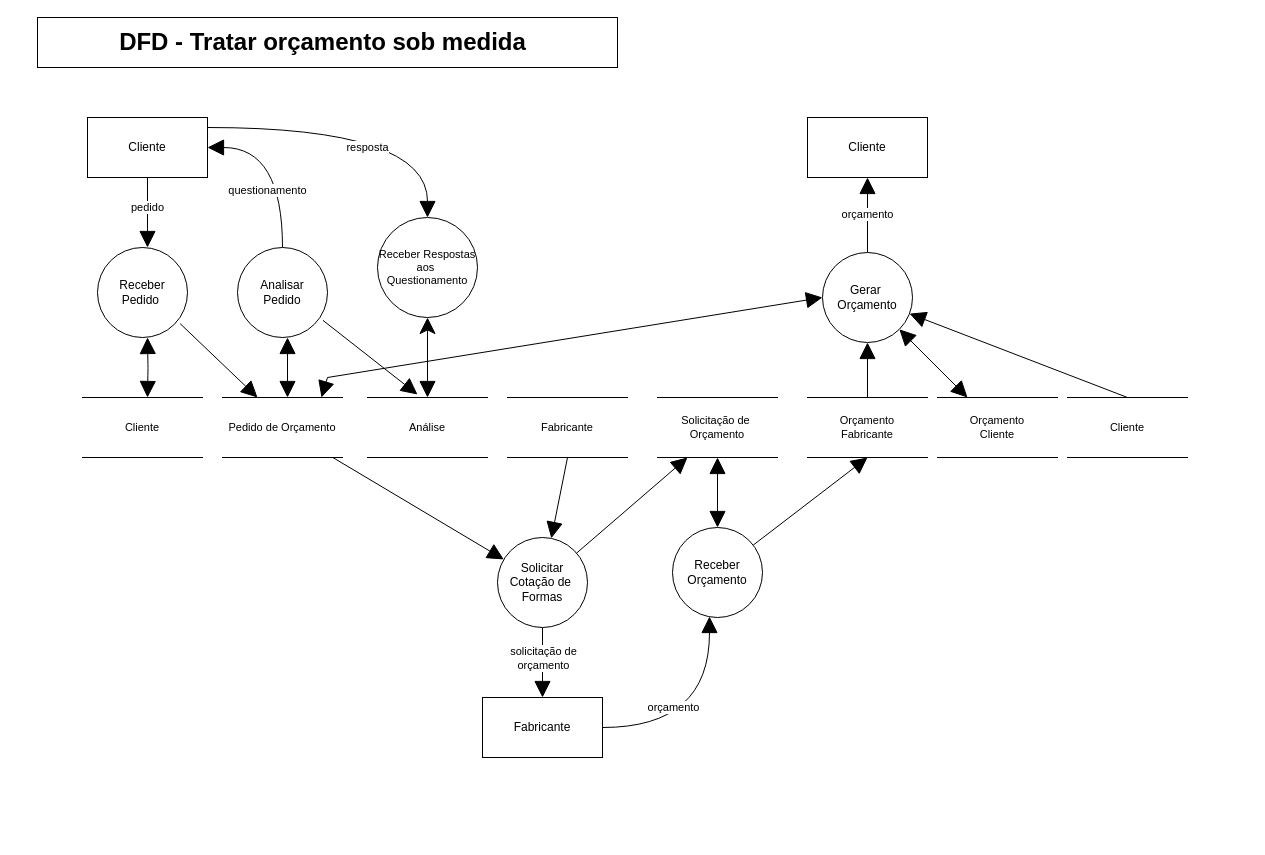
Earlier version of the draw.io diagram Documentation/Arquivos Editaveis/DFD Tratar Orçamento_sob_medida.drawio (Systematicos/FindingApp). Source tidied: cells renumbered, new cells numbered last; positions are measured from the earlier drawing's top-left corner, leaving out a move shared by most shapes. Both pictures are drawn from the tidied source at 100%, with x=0, y=0 at pixel (37, 17).
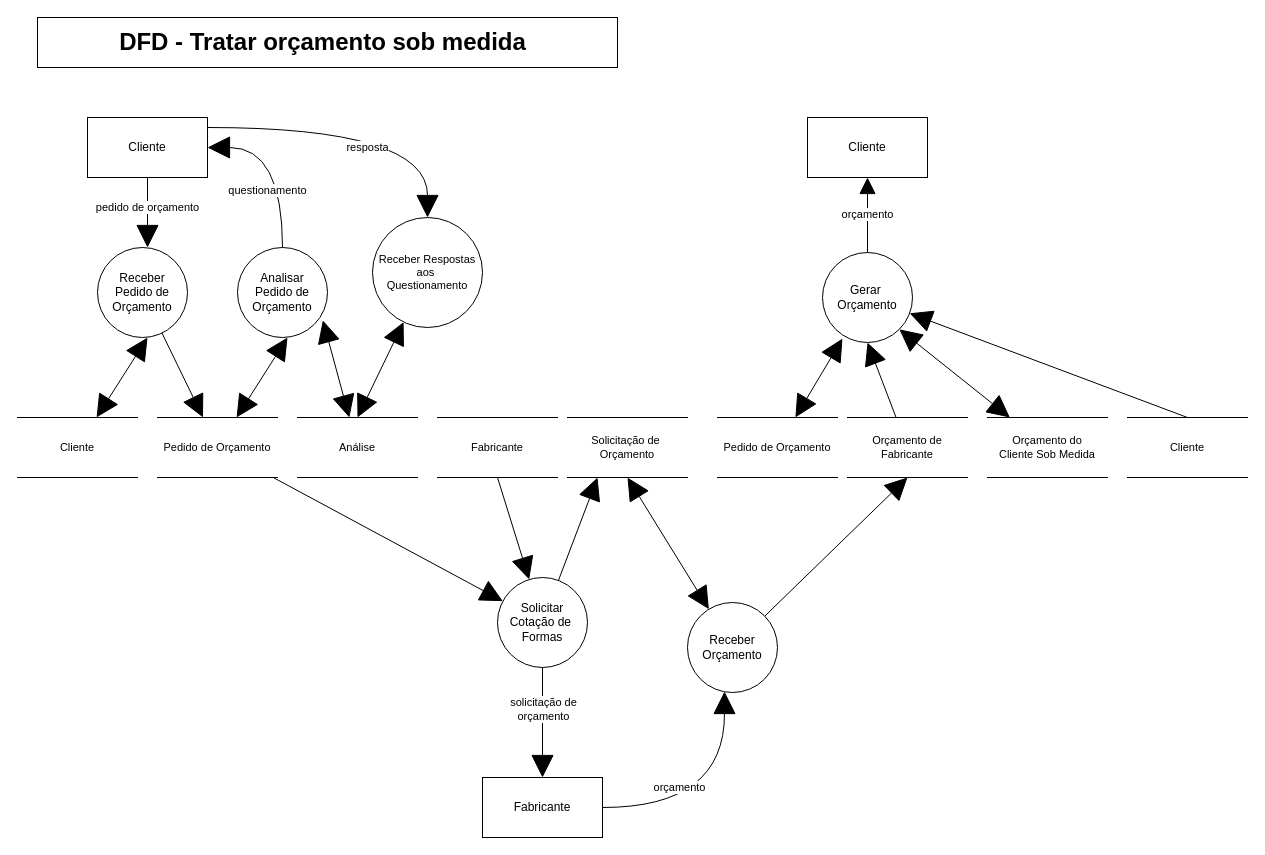
After the change.

Unchanged cells that the change refers to:
```xml
<mxCell id="8" value="Cliente" style="rounded=0;whiteSpace=wrap;html=1;" parent="1" vertex="1">
  <mxGeometry x="50" y="100" width="120" height="60" as="geometry" />
</mxCell>
<mxCell id="18" value="Gerar&amp;nbsp;&lt;br&gt;Orçamento" style="ellipse;whiteSpace=wrap;html=1;" parent="1" vertex="1">
  <mxGeometry x="785" y="235" width="90" height="90" as="geometry" />
</mxCell>
```

The edit, as a diff of the source:
```diff
@@
-    <mxCell id="2" value="Receber&lt;br&gt;Pedido&amp;nbsp;" style="ellipse;whiteSpace=wrap;html=1;" parent="1" vertex="1">
+    <mxCell id="2" value="Receber&lt;br&gt;Pedido de&lt;br&gt;Orçamento" style="ellipse;whiteSpace=wrap;html=1;" parent="1" vertex="1">
       <mxGeometry x="60" y="230" width="90" height="90" as="geometry" />
     </mxCell>
-    <mxCell id="3" value="questionamento" style="edgeStyle=orthogonalEdgeStyle;rounded=0;jettySize=auto;html=1;entryX=1;entryY=0.5;entryDx=0;entryDy=0;exitX=0.5;exitY=0;exitDx=0;exitDy=0;curved=1;endArrow=block;endFill=1;endSize=14;startSize=14;" parent="1" edge="1" source="4" target="8">
+    <mxCell id="3" value="questionamento" style="edgeStyle=orthogonalEdgeStyle;rounded=0;jettySize=auto;html=1;entryX=1;entryY=0.5;entryDx=0;entryDy=0;exitX=0.5;exitY=0;exitDx=0;exitDy=0;curved=1;endArrow=block;endFill=1;endSize=20;startSize=20;" parent="1" edge="1" source="4" target="8">
       <mxGeometry x="-0.35" y="15" relative="1" as="geometry" />
     </mxCell>
-    <mxCell id="4" value="Analisar&lt;br&gt;Pedido" style="ellipse;whiteSpace=wrap;html=1;" parent="1" vertex="1">
+    <mxCell id="4" value="Analisar&lt;br&gt;Pedido de&lt;br&gt;Orçamento" style="ellipse;whiteSpace=wrap;html=1;" parent="1" vertex="1">
       <mxGeometry x="200" y="230" width="90" height="90" as="geometry" />
     </mxCell>
-    <mxCell id="5" style="edgeStyle=none;rounded=0;jettySize=auto;html=1;entryX=0.5;entryY=0;entryDx=0;entryDy=0;endArrow=block;endFill=1;fontSize=11;startArrow=classic;startFill=1;endSize=14;startSize=14;" parent="1" edge="1" source="6" target="14">
+    <mxCell id="5" style="edgeStyle=none;rounded=0;jettySize=auto;html=1;entryX=0.5;entryY=0;entryDx=0;entryDy=0;endArrow=block;endFill=1;fontSize=11;startArrow=block;startFill=1;endSize=20;startSize=20;" parent="1" edge="1" source="6" target="14">
       <mxGeometry relative="1" as="geometry" />
     </mxCell>
     <mxCell id="6" value="Receber Respostas aos&amp;nbsp;&lt;br style=&quot;font-size: 11px&quot;&gt;Questionamento" style="ellipse;whiteSpace=wrap;html=1;fontSize=11;" parent="1" vertex="1">
-      <mxGeometry x="340" y="200" width="100" height="100" as="geometry" />
+      <mxGeometry x="335" y="200" width="110" height="110" as="geometry" />
     </mxCell>
-    <mxCell id="7" value="resposta" style="edgeStyle=orthogonalEdgeStyle;rounded=0;jettySize=auto;html=1;entryX=0.5;entryY=0;entryDx=0;entryDy=0;endArrow=block;endFill=1;fontSize=11;curved=1;endSize=14;startSize=14;" parent="1" edge="1" source="8" target="6">
+    <mxCell id="7" value="resposta" style="edgeStyle=orthogonalEdgeStyle;rounded=0;jettySize=auto;html=1;entryX=0.5;entryY=0;entryDx=0;entryDy=0;endArrow=block;endFill=1;fontSize=11;curved=1;endSize=20;startSize=20;" parent="1" edge="1" source="8" target="6">
       <mxGeometry x="0.03" y="-20" relative="1" as="geometry">
         <Array as="points">
           <mxPoint x="390" y="110" />
         </Array>
       </mxGeometry>
     </mxCell>
@@
     <mxCell id="10" value="Cliente" style="shape=partialRectangle;whiteSpace=wrap;html=1;left=0;right=0;fillColor=none;fontSize=11;" parent="1" vertex="1">
-      <mxGeometry x="45" y="380" width="120" height="60" as="geometry" />
+      <mxGeometry x="-20" y="400" width="120" height="60" as="geometry" />
     </mxCell>
-    <mxCell id="11" style="edgeStyle=none;rounded=0;jettySize=auto;html=1;startArrow=none;startFill=0;endArrow=block;endFill=1;fontSize=11;strokeWidth=1;endSize=14;startSize=14;" parent="1" edge="1" source="13" target="27">
+    <mxCell id="11" style="edgeStyle=none;rounded=0;jettySize=auto;html=1;startArrow=none;startFill=0;endArrow=block;endFill=1;fontSize=11;strokeWidth=1;endSize=20;startSize=20;" parent="1" edge="1" source="13" target="27">
       <mxGeometry relative="1" as="geometry" />
     </mxCell>
-    <mxCell id="12" style="rounded=0;jettySize=auto;html=1;entryX=0;entryY=0.5;entryDx=0;entryDy=0;startArrow=block;startFill=1;endArrow=block;endFill=1;fontSize=11;exitX=0.825;exitY=0;exitDx=0;exitDy=0;exitPerimeter=0;strokeWidth=1;endSize=14;startSize=14;" parent="1" edge="1" source="13" target="18">
-      <mxGeometry relative="1" as="geometry">
-        <Array as="points">
-          <mxPoint x="290" y="360" />
-        </Array>
-      </mxGeometry>
+    <mxCell id="12" style="rounded=0;jettySize=auto;html=1;entryX=0.222;entryY=0.956;entryDx=0;entryDy=0;startArrow=block;startFill=1;endArrow=block;endFill=1;fontSize=11;strokeWidth=1;endSize=20;startSize=20;entryPerimeter=0;" parent="1" edge="1" source="43" target="18">
+      <mxGeometry relative="1" as="geometry" />
     </mxCell>
     <mxCell id="13" value="Pedido de Orçamento" style="shape=partialRectangle;whiteSpace=wrap;html=1;left=0;right=0;fillColor=none;fontSize=11;" parent="1" vertex="1">
-      <mxGeometry x="185" y="380" width="120" height="60" as="geometry" />
+      <mxGeometry x="120" y="400" width="120" height="60" as="geometry" />
     </mxCell>
     <mxCell id="14" value="Análise" style="shape=partialRectangle;whiteSpace=wrap;html=1;left=0;right=0;fillColor=none;fontSize=11;" parent="1" vertex="1">
-      <mxGeometry x="330" y="380" width="120" height="60" as="geometry" />
+      <mxGeometry x="260" y="400" width="120" height="60" as="geometry" />
     </mxCell>
     <mxCell id="15" value="&lt;font style=&quot;font-size: 11px&quot;&gt;Fabricante&lt;/font&gt;" style="shape=partialRectangle;whiteSpace=wrap;html=1;left=0;right=0;fillColor=none;fontSize=11;" parent="1" vertex="1">
-      <mxGeometry x="470" y="380" width="120" height="60" as="geometry" />
+      <mxGeometry x="400" y="400" width="120" height="60" as="geometry" />
     </mxCell>
@@
-    <mxCell id="17" style="edgeStyle=none;rounded=0;jettySize=auto;html=1;entryX=0.5;entryY=0;entryDx=0;entryDy=0;endArrow=none;endFill=0;fontSize=11;startArrow=block;startFill=1;strokeWidth=1;endSize=14;startSize=14;" parent="1" edge="1" source="18" target="22">
+    <mxCell id="17" style="edgeStyle=none;rounded=0;jettySize=auto;html=1;entryX=0.5;entryY=0;entryDx=0;entryDy=0;endArrow=none;endFill=0;fontSize=11;startArrow=block;startFill=1;strokeWidth=1;endSize=20;startSize=20;" parent="1" edge="1" source="18" target="22">
       <mxGeometry relative="1" as="geometry" />
     </mxCell>
@@
     <mxCell id="19" value="Solicitação de&amp;nbsp;&lt;br&gt;Orçamento" style="shape=partialRectangle;whiteSpace=wrap;html=1;left=0;right=0;fillColor=none;fontSize=11;" parent="1" vertex="1">
-      <mxGeometry x="620" y="380" width="120" height="60" as="geometry" />
+      <mxGeometry x="530" y="400" width="120" height="60" as="geometry" />
     </mxCell>
-    <mxCell id="20" style="edgeStyle=none;rounded=0;jettySize=auto;html=1;entryX=0.5;entryY=1;entryDx=0;entryDy=0;endArrow=block;endFill=1;fontSize=11;strokeWidth=1;endSize=14;startSize=14;" parent="1" edge="1" source="21" target="18">
+    <mxCell id="20" style="edgeStyle=none;rounded=0;jettySize=auto;html=1;entryX=0.5;entryY=1;entryDx=0;entryDy=0;endArrow=block;endFill=1;fontSize=11;strokeWidth=1;endSize=20;startSize=20;" parent="1" edge="1" source="21" target="18">
       <mxGeometry relative="1" as="geometry" />
     </mxCell>
-    <mxCell id="21" value="Orçamento&lt;br&gt;Fabricante" style="shape=partialRectangle;whiteSpace=wrap;html=1;left=0;right=0;fillColor=none;fontSize=11;" parent="1" vertex="1">
-      <mxGeometry x="770" y="380" width="120" height="60" as="geometry" />
+    <mxCell id="21" value="Orçamento de&lt;br&gt;Fabricante" style="shape=partialRectangle;whiteSpace=wrap;html=1;left=0;right=0;fillColor=none;fontSize=11;" parent="1" vertex="1">
+      <mxGeometry x="810" y="400" width="120" height="60" as="geometry" />
     </mxCell>
     <mxCell id="22" value="Cliente" style="shape=partialRectangle;whiteSpace=wrap;html=1;left=0;right=0;fillColor=none;fontSize=11;" parent="1" vertex="1">
-      <mxGeometry x="1030" y="380" width="120" height="60" as="geometry" />
+      <mxGeometry x="1090" y="400" width="120" height="60" as="geometry" />
     </mxCell>
-    <mxCell id="23" style="edgeStyle=none;rounded=0;jettySize=auto;html=1;entryX=0.5;entryY=1;entryDx=0;entryDy=0;startArrow=block;startFill=1;endArrow=none;endFill=0;fontSize=11;strokeWidth=1;endSize=14;startSize=14;" parent="1" edge="1" source="27" target="15">
+    <mxCell id="23" style="edgeStyle=none;rounded=0;jettySize=auto;html=1;entryX=0.5;entryY=1;entryDx=0;entryDy=0;startArrow=block;startFill=1;endArrow=none;endFill=0;fontSize=11;strokeWidth=1;endSize=20;startSize=20;" parent="1" edge="1" source="27" target="15">
       <mxGeometry relative="1" as="geometry" />
     </mxCell>
-    <mxCell id="24" style="edgeStyle=none;rounded=0;jettySize=auto;html=1;startArrow=none;startFill=0;endArrow=block;endFill=1;fontSize=11;strokeWidth=1;endSize=14;startSize=14;" parent="1" edge="1" source="27" target="33">
+    <mxCell id="24" style="edgeStyle=none;rounded=0;jettySize=auto;html=1;startArrow=none;startFill=0;endArrow=block;endFill=1;fontSize=11;strokeWidth=1;endSize=20;startSize=20;" parent="1" edge="1" source="27" target="33">
       <mxGeometry relative="1" as="geometry" />
     </mxCell>
@@
-    <mxCell id="26" style="edgeStyle=none;rounded=0;jettySize=auto;html=1;entryX=0.25;entryY=1;entryDx=0;entryDy=0;startArrow=none;startFill=0;endArrow=block;endFill=1;fontSize=11;strokeWidth=1;endSize=14;startSize=14;" parent="1" edge="1" source="27" target="19">
+    <mxCell id="26" style="edgeStyle=none;rounded=0;jettySize=auto;html=1;entryX=0.25;entryY=1;entryDx=0;entryDy=0;startArrow=none;startFill=0;endArrow=block;endFill=1;fontSize=11;strokeWidth=1;endSize=20;startSize=20;" parent="1" edge="1" source="27" target="19">
       <mxGeometry relative="1" as="geometry" />
     </mxCell>
     <mxCell id="27" value="Solicitar&lt;br&gt;Cotação de&amp;nbsp;&lt;br&gt;Formas" style="ellipse;whiteSpace=wrap;html=1;" parent="1" vertex="1">
-      <mxGeometry x="460" y="520" width="90" height="90" as="geometry" />
+      <mxGeometry x="460" y="560" width="90" height="90" as="geometry" />
     </mxCell>
-    <mxCell id="28" style="edgeStyle=none;rounded=0;jettySize=auto;html=1;entryX=0.5;entryY=1;entryDx=0;entryDy=0;startArrow=block;startFill=1;endArrow=block;endFill=1;fontSize=11;strokeWidth=1;endSize=14;startSize=14;" parent="1" edge="1" source="30" target="19">
+    <mxCell id="28" style="edgeStyle=none;rounded=0;jettySize=auto;html=1;entryX=0.5;entryY=1;entryDx=0;entryDy=0;startArrow=block;startFill=1;endArrow=block;endFill=1;fontSize=11;strokeWidth=1;endSize=20;startSize=20;" parent="1" edge="1" source="30" target="19">
       <mxGeometry relative="1" as="geometry" />
     </mxCell>
-    <mxCell id="29" style="edgeStyle=none;rounded=0;jettySize=auto;html=1;entryX=0.5;entryY=1;entryDx=0;entryDy=0;startArrow=none;startFill=0;endArrow=block;endFill=1;fontSize=11;strokeWidth=1;endSize=14;startSize=14;" parent="1" edge="1" source="30" target="21">
+    <mxCell id="29" style="edgeStyle=none;rounded=0;jettySize=auto;html=1;entryX=0.5;entryY=1;entryDx=0;entryDy=0;startArrow=none;startFill=0;endArrow=block;endFill=1;fontSize=11;strokeWidth=1;endSize=20;startSize=20;" parent="1" edge="1" source="30" target="21">
       <mxGeometry relative="1" as="geometry" />
     </mxCell>
     <mxCell id="30" value="Receber Orçamento" style="ellipse;whiteSpace=wrap;html=1;" parent="1" vertex="1">
-      <mxGeometry x="635" y="510" width="90" height="90" as="geometry" />
+      <mxGeometry x="650" y="585" width="90" height="90" as="geometry" />
     </mxCell>
-    <mxCell id="31" style="edgeStyle=orthogonalEdgeStyle;rounded=0;jettySize=auto;html=1;entryX=0.411;entryY=0.989;entryDx=0;entryDy=0;entryPerimeter=0;startArrow=none;startFill=0;endArrow=block;endFill=1;fontSize=11;curved=1;strokeWidth=1;endSize=14;startSize=14;" parent="1" edge="1" source="33" target="30">
+    <mxCell id="31" style="edgeStyle=orthogonalEdgeStyle;rounded=0;jettySize=auto;html=1;entryX=0.411;entryY=0.989;entryDx=0;entryDy=0;entryPerimeter=0;startArrow=none;startFill=0;endArrow=block;endFill=1;fontSize=11;curved=1;strokeWidth=1;endSize=20;startSize=20;" parent="1" edge="1" source="33" target="30">
       <mxGeometry relative="1" as="geometry" />
     </mxCell>
@@
     <mxCell id="33" value="Fabricante" style="rounded=0;whiteSpace=wrap;html=1;" parent="1" vertex="1">
-      <mxGeometry x="445" y="680" width="120" height="60" as="geometry" />
+      <mxGeometry x="445" y="760" width="120" height="60" as="geometry" />
     </mxCell>
-    <mxCell id="34" style="edgeStyle=none;rounded=0;jettySize=auto;html=1;entryX=1;entryY=1;entryDx=0;entryDy=0;startArrow=block;startFill=1;endArrow=block;endFill=1;fontSize=11;strokeWidth=1;endSize=14;startSize=14;" parent="1" edge="1" source="35" target="18">
+    <mxCell id="34" style="edgeStyle=none;rounded=0;jettySize=auto;html=1;entryX=1;entryY=1;entryDx=0;entryDy=0;startArrow=block;startFill=1;endArrow=block;endFill=1;fontSize=11;strokeWidth=1;endSize=20;startSize=20;" parent="1" edge="1" source="35" target="18">
       <mxGeometry relative="1" as="geometry" />
     </mxCell>
-    <mxCell id="35" value="Orçamento&lt;br&gt;Cliente" style="shape=partialRectangle;whiteSpace=wrap;html=1;left=0;right=0;fillColor=none;fontSize=11;" parent="1" vertex="1">
-      <mxGeometry x="900" y="380" width="120" height="60" as="geometry" />
+    <mxCell id="35" value="Orçamento do&lt;br&gt;Cliente Sob Medida" style="shape=partialRectangle;whiteSpace=wrap;html=1;left=0;right=0;fillColor=none;fontSize=11;" parent="1" vertex="1">
+      <mxGeometry x="950" y="400" width="120" height="60" as="geometry" />
     </mxCell>
-    <mxCell id="36" style="edgeStyle=orthogonalEdgeStyle;curved=1;rounded=0;orthogonalLoop=1;jettySize=auto;html=1;entryX=0.5;entryY=0;entryDx=0;entryDy=0;endArrow=block;endFill=1;fontSize=11;strokeWidth=1;endSize=14;startSize=14;startArrow=block;startFill=1;" parent="1" edge="1">
+    <mxCell id="36" style="rounded=0;jettySize=auto;html=1;endArrow=block;endFill=1;fontSize=11;strokeWidth=1;endSize=20;startSize=20;startArrow=block;startFill=1;" parent="1" edge="1" target="10">
       <mxGeometry relative="1" as="geometry">
         <mxPoint x="110" y="320" as="sourcePoint" />
-        <mxPoint x="110" y="380" as="targetPoint" />
       </mxGeometry>
     </mxCell>
-    <mxCell id="37" value="pedido" style="edgeStyle=elbowEdgeStyle;rounded=0;orthogonalLoop=1;jettySize=auto;html=1;endArrow=block;endFill=1;strokeWidth=1;endSize=14;startSize=14;" parent="1" edge="1">
+    <mxCell id="37" value="pedido de orçamento" style="edgeStyle=elbowEdgeStyle;rounded=0;orthogonalLoop=1;jettySize=auto;html=1;endArrow=block;endFill=1;strokeWidth=1;endSize=20;startSize=20;" parent="1" edge="1">
       <mxGeometry x="-0.14" relative="1" as="geometry">
         <mxPoint x="110" y="160" as="sourcePoint" />
         <mxPoint x="110" y="230" as="targetPoint" />
       </mxGeometry>
     </mxCell>
-    <mxCell id="38" style="rounded=0;orthogonalLoop=1;jettySize=auto;html=1;entryX=0.25;entryY=0;entryDx=0;entryDy=0;endArrow=block;endFill=1;fontSize=11;strokeWidth=1;endSize=14;startSize=14;" parent="1" edge="1">
-      <mxGeometry relative="1" as="geometry">
-        <mxPoint x="142.6" y="306.1" as="sourcePoint" />
-        <mxPoint x="220" y="380" as="targetPoint" />
-      </mxGeometry>
+    <mxCell id="38" style="rounded=0;jettySize=auto;html=1;endArrow=block;endFill=1;fontSize=11;strokeWidth=1;endSize=20;startSize=20;" parent="1" edge="1" source="2" target="13">
+      <mxGeometry relative="1" as="geometry" />
     </mxCell>
-    <mxCell id="39" style="edgeStyle=none;rounded=0;orthogonalLoop=1;jettySize=auto;html=1;entryX=0.5;entryY=0;entryDx=0;entryDy=0;endArrow=block;endFill=1;fontSize=11;startArrow=block;startFill=1;strokeWidth=1;endSize=14;startSize=14;" parent="1" edge="1">
+    <mxCell id="39" style="edgeStyle=none;rounded=0;jettySize=auto;html=1;endArrow=block;endFill=1;fontSize=11;startArrow=block;startFill=1;strokeWidth=1;endSize=20;startSize=20;" parent="1" edge="1" target="13">
       <mxGeometry relative="1" as="geometry">
         <mxPoint x="250" y="320" as="sourcePoint" />
-        <mxPoint x="250" y="380" as="targetPoint" />
       </mxGeometry>
     </mxCell>
-    <mxCell id="40" style="rounded=0;orthogonalLoop=1;jettySize=auto;html=1;entryX=0.375;entryY=-0.05;entryDx=0;entryDy=0;entryPerimeter=0;endArrow=block;endFill=1;fontSize=11;strokeWidth=1;endSize=14;startSize=14;" parent="1" edge="1">
+    <mxCell id="40" style="rounded=0;jettySize=auto;html=1;endArrow=block;endFill=1;fontSize=11;strokeWidth=1;endSize=20;startSize=20;startArrow=block;startFill=1;" parent="1" edge="1" target="14">
       <mxGeometry relative="1" as="geometry">
         <mxPoint x="285.4" y="302.8" as="sourcePoint" />
-        <mxPoint x="380" y="377" as="targetPoint" />
       </mxGeometry>
     </mxCell>
@@
+    <mxCell id="43" value="Pedido de Orçamento" style="shape=partialRectangle;whiteSpace=wrap;html=1;left=0;right=0;fillColor=none;fontSize=11;" parent="1" vertex="1">
+      <mxGeometry x="680" y="400" width="120" height="60" as="geometry" />
+    </mxCell>
```
